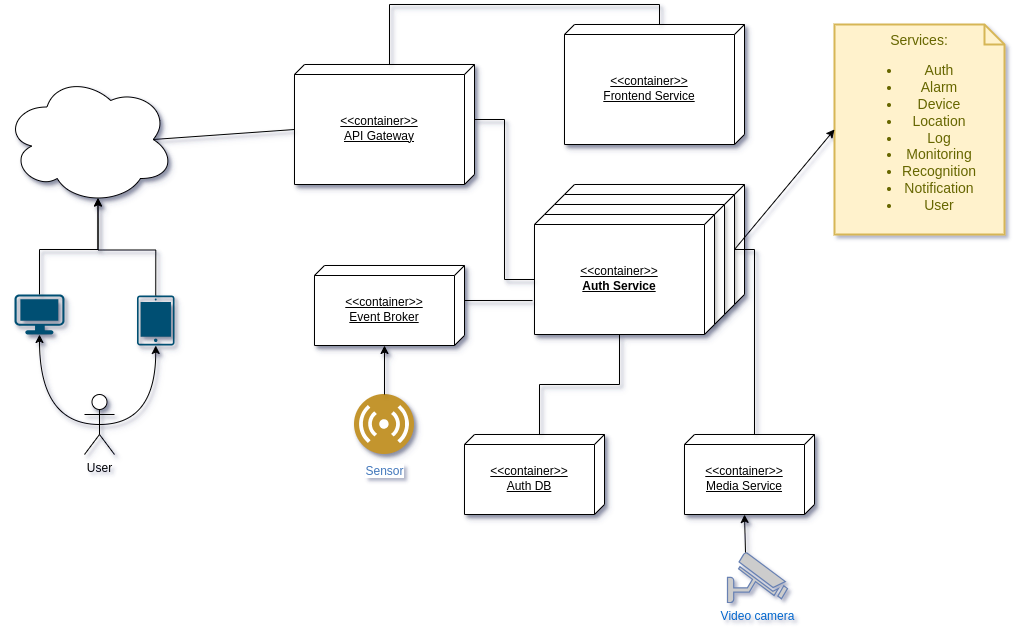
Before: docs/website/docs/report/img/revue_deployment.png, a diagram exported from draw.io (revue-org/revue). Source tidied: cells renumbered, new cells last; positions are measured from the earlier drawing's top-left corner, leaving out a move shared by most shapes.
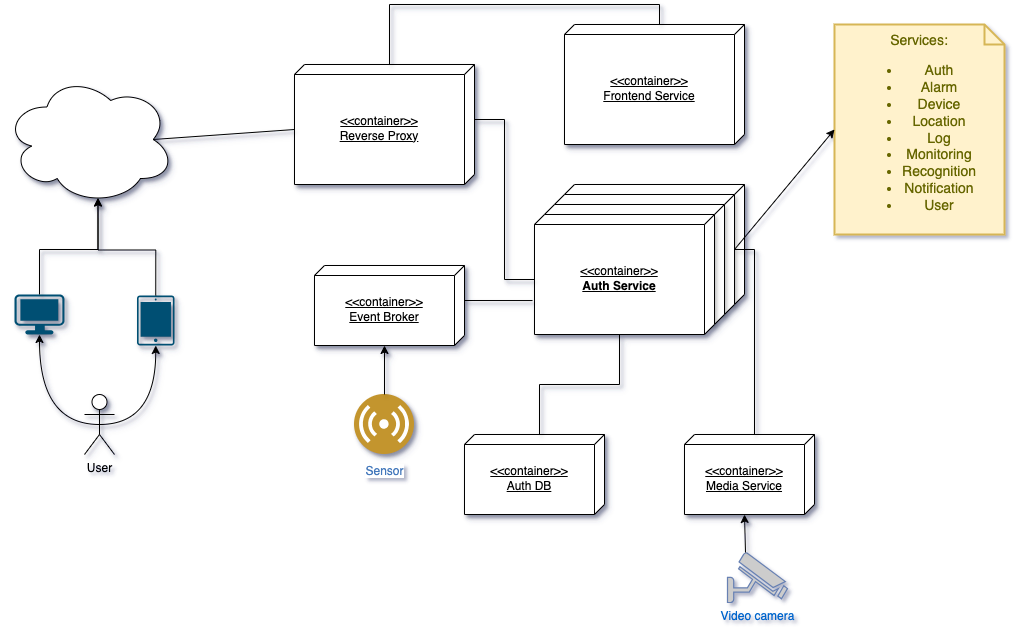
After the change.

Change to the diagram source:
```diff
@@ -2,7 +2,7 @@
   <root>
     <mxCell id="0" />
     <mxCell id="1" parent="0" />
-    <mxCell id="2" value="&amp;lt;&amp;lt;container&amp;gt;&amp;gt;&lt;br&gt;API Gateway" style="verticalAlign=middle;align=center;spacingTop=8;spacingLeft=2;spacingRight=12;shape=cube;size=10;direction=south;fontStyle=4;html=1;whiteSpace=wrap;shadow=1;" parent="1" vertex="1">
+    <mxCell id="2" value="&amp;lt;&amp;lt;container&amp;gt;&amp;gt;&lt;br&gt;Reverse Proxy" style="verticalAlign=middle;align=center;spacingTop=8;spacingLeft=2;spacingRight=12;shape=cube;size=10;direction=south;fontStyle=4;html=1;whiteSpace=wrap;shadow=1;" parent="1" vertex="1">
       <mxGeometry x="290" y="40" width="180" height="120" as="geometry" />
     </mxCell>
     <mxCell id="3" value="&amp;lt;&amp;lt;container&amp;gt;&amp;gt;&lt;br&gt;Frontend Service" style="verticalAlign=middle;align=center;spacingTop=8;spacingLeft=2;spacingRight=12;shape=cube;size=10;direction=south;fontStyle=4;html=1;whiteSpace=wrap;shadow=1;" parent="1" vertex="1">
```
